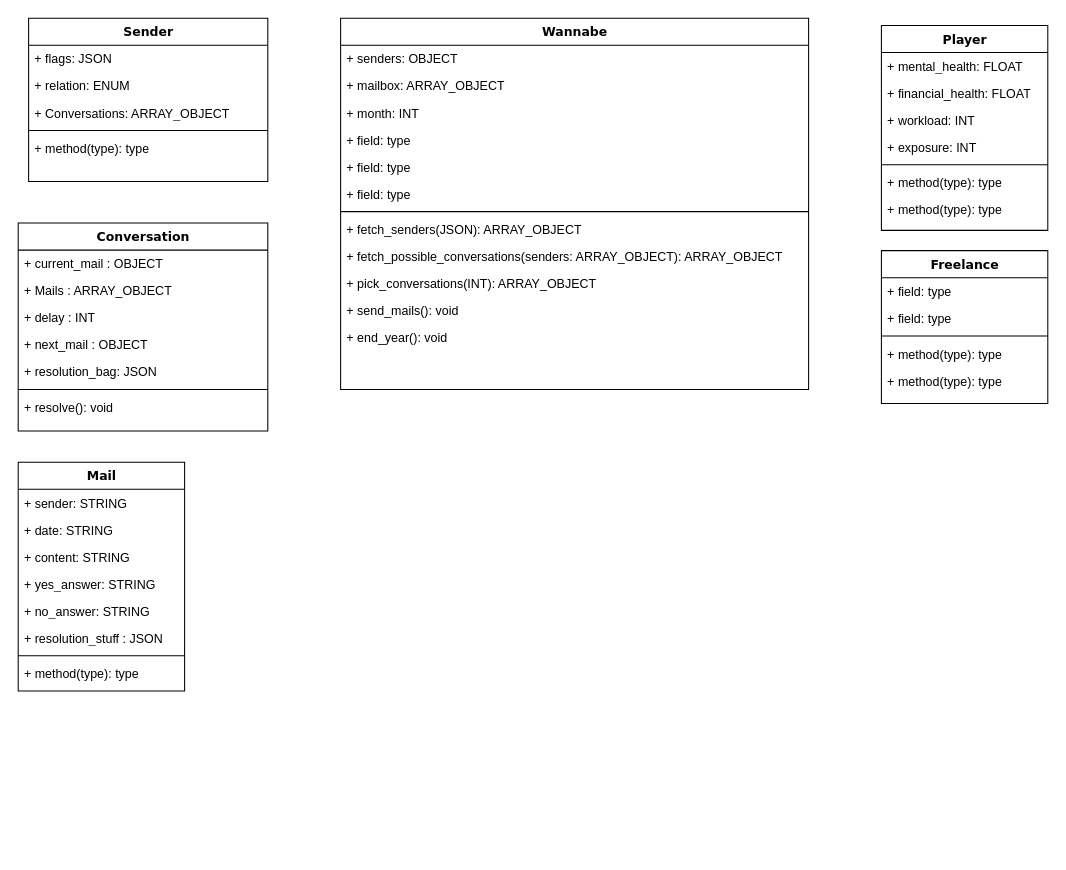
This is YesMan/Diagramme sans nom.drawio from Daydreel/YesHuman, a draw.io file, before an edit. Source tidied: cells renumbered, new cells numbered last; positions are measured from the earlier drawing's top-left corner, leaving out a move shared by most shapes. Both pictures are drawn from the tidied source at 104%, with x=0, y=0 at pixel (18, 18).
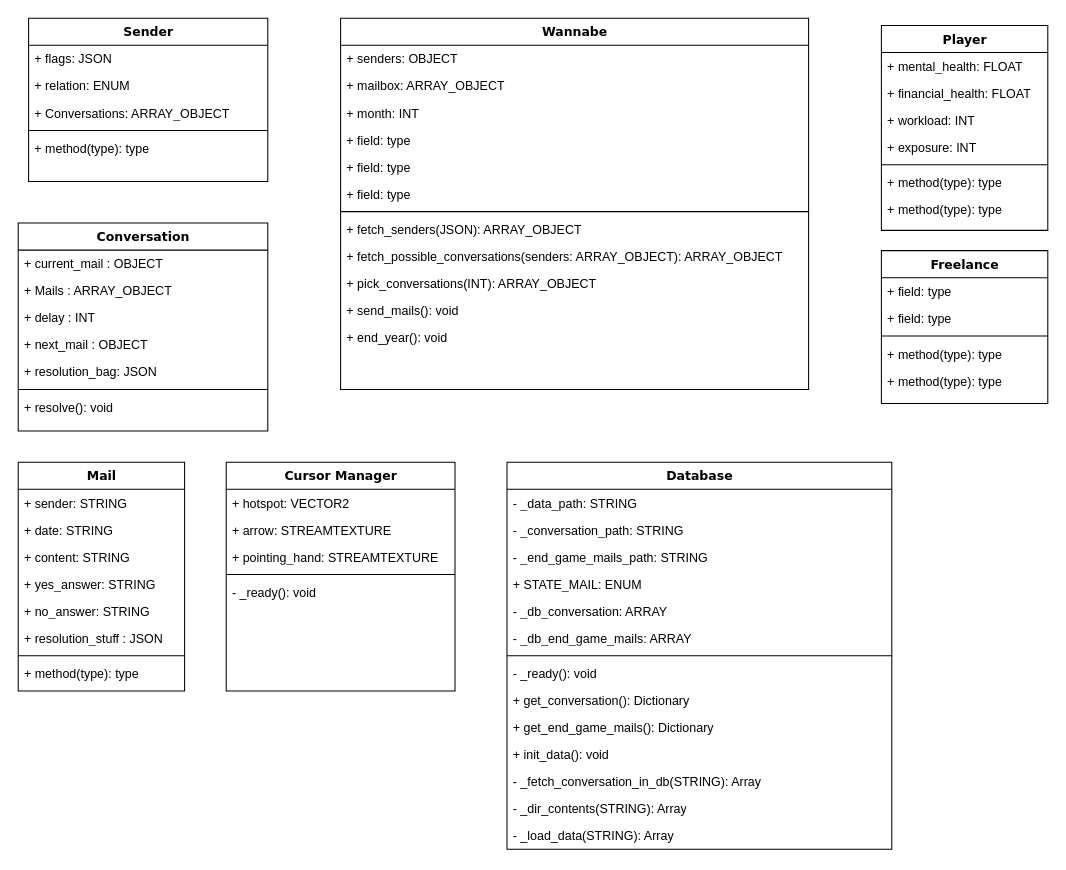
After the change.

Commit message:
Database class in UML

What changed in the source:
```diff
@@
+    <mxCell id="52" value="Cursor Manager" style="swimlane;html=1;fontStyle=1;align=center;verticalAlign=top;horizontal=1;startSize=26;swimlaneFillColor=#ffffff;rounded=0;shadow=0;comic=0;labelBackgroundColor=none;strokeWidth=1;fillColor=none;fontFamily=Verdana;fontSize=12;" parent="1" vertex="1">
+      <mxGeometry x="200" y="427" width="220" height="220" as="geometry" />
+    </mxCell>
+    <mxCell id="53" value="+ hotspot: VECTOR2" style="text;html=1;strokeColor=none;fillColor=none;align=left;verticalAlign=top;spacingLeft=4;spacingRight=4;whiteSpace=wrap;overflow=hidden;" parent="52" vertex="1">
+      <mxGeometry y="26" width="220" height="26" as="geometry" />
+    </mxCell>
+    <mxCell id="54" value="+ arrow: STREAMTEXTURE" style="text;html=1;strokeColor=none;fillColor=none;align=left;verticalAlign=top;spacingLeft=4;spacingRight=4;whiteSpace=wrap;overflow=hidden;" parent="52" vertex="1">
+      <mxGeometry y="52" width="220" height="26" as="geometry" />
+    </mxCell>
+    <mxCell id="55" value="+ pointing_hand: STREAMTEXTURE" style="text;html=1;strokeColor=none;fillColor=none;align=left;verticalAlign=top;spacingLeft=4;spacingRight=4;whiteSpace=wrap;overflow=hidden;" parent="52" vertex="1">
+      <mxGeometry y="78" width="220" height="26" as="geometry" />
+    </mxCell>
+    <mxCell id="56" style="line;html=1;strokeWidth=1;fillColor=none;align=left;verticalAlign=middle;spacingTop=-1;spacingLeft=3;spacingRight=3;labelPosition=right;" parent="52" vertex="1">
+      <mxGeometry y="104" width="220" height="8" as="geometry" />
+    </mxCell>
+    <mxCell id="57" value="- _ready(): void" style="text;html=1;strokeColor=none;fillColor=none;align=left;verticalAlign=top;spacingLeft=4;spacingRight=4;whiteSpace=wrap;overflow=hidden;" parent="52" vertex="1">
+      <mxGeometry y="112" width="220" height="26" as="geometry" />
+    </mxCell>
+    <mxCell id="58" value="Database" style="swimlane;html=1;fontStyle=1;align=center;verticalAlign=top;horizontal=1;startSize=26;swimlaneFillColor=#ffffff;rounded=0;shadow=0;comic=0;labelBackgroundColor=none;strokeWidth=1;fillColor=none;fontFamily=Verdana;fontSize=12;" parent="1" vertex="1">
+      <mxGeometry x="470" y="427" width="370" height="372" as="geometry" />
+    </mxCell>
+    <mxCell id="59" value="- _data_path: STRING" style="text;html=1;strokeColor=none;fillColor=none;align=left;verticalAlign=top;spacingLeft=4;spacingRight=4;whiteSpace=wrap;overflow=hidden;" parent="58" vertex="1">
+      <mxGeometry y="26" width="370" height="26" as="geometry" />
+    </mxCell>
+    <mxCell id="60" value="&lt;div&gt;- _conversation_path: STRING&lt;/div&gt;" style="text;html=1;strokeColor=none;fillColor=none;align=left;verticalAlign=top;spacingLeft=4;spacingRight=4;whiteSpace=wrap;overflow=hidden;" parent="58" vertex="1">
+      <mxGeometry y="52" width="370" height="26" as="geometry" />
+    </mxCell>
+    <mxCell id="61" value="- _end_game_mails_path: STRING" style="text;html=1;strokeColor=none;fillColor=none;align=left;verticalAlign=top;spacingLeft=4;spacingRight=4;whiteSpace=wrap;overflow=hidden;" parent="58" vertex="1">
+      <mxGeometry y="78" width="370" height="26" as="geometry" />
+    </mxCell>
+    <mxCell id="62" value="+ STATE_MAIL: ENUM" style="text;html=1;strokeColor=none;fillColor=none;align=left;verticalAlign=top;spacingLeft=4;spacingRight=4;whiteSpace=wrap;overflow=hidden;" parent="58" vertex="1">
+      <mxGeometry y="104" width="370" height="26" as="geometry" />
+    </mxCell>
+    <mxCell id="63" value="- _db_conversation: ARRAY" style="text;html=1;strokeColor=none;fillColor=none;align=left;verticalAlign=top;spacingLeft=4;spacingRight=4;whiteSpace=wrap;overflow=hidden;" parent="58" vertex="1">
+      <mxGeometry y="130" width="370" height="26" as="geometry" />
+    </mxCell>
+    <mxCell id="64" value="- _db_end_game_mails: ARRAY" style="text;html=1;strokeColor=none;fillColor=none;align=left;verticalAlign=top;spacingLeft=4;spacingRight=4;whiteSpace=wrap;overflow=hidden;" parent="58" vertex="1">
+      <mxGeometry y="156" width="370" height="26" as="geometry" />
+    </mxCell>
+    <mxCell id="65" style="line;html=1;strokeWidth=1;fillColor=none;align=left;verticalAlign=middle;spacingTop=-1;spacingLeft=3;spacingRight=3;labelPosition=right;" parent="58" vertex="1">
+      <mxGeometry y="182" width="370" height="8" as="geometry" />
+    </mxCell>
+    <mxCell id="66" value="- _ready(): void" style="text;html=1;strokeColor=none;fillColor=none;align=left;verticalAlign=top;spacingLeft=4;spacingRight=4;whiteSpace=wrap;overflow=hidden;" parent="58" vertex="1">
+      <mxGeometry y="190" width="370" height="26" as="geometry" />
+    </mxCell>
+    <mxCell id="67" value="+ get_conversation(): Dictionary" style="text;html=1;strokeColor=none;fillColor=none;align=left;verticalAlign=top;spacingLeft=4;spacingRight=4;whiteSpace=wrap;overflow=hidden;" parent="58" vertex="1">
+      <mxGeometry y="216" width="370" height="26" as="geometry" />
+    </mxCell>
+    <mxCell id="68" value="+ get_end_game_mails(): Dictionary" style="text;html=1;strokeColor=none;fillColor=none;align=left;verticalAlign=top;spacingLeft=4;spacingRight=4;whiteSpace=wrap;overflow=hidden;" parent="58" vertex="1">
+      <mxGeometry y="242" width="370" height="26" as="geometry" />
+    </mxCell>
+    <mxCell id="69" value="+ init_data(): void" style="text;html=1;strokeColor=none;fillColor=none;align=left;verticalAlign=top;spacingLeft=4;spacingRight=4;whiteSpace=wrap;overflow=hidden;" parent="58" vertex="1">
+      <mxGeometry y="268" width="370" height="26" as="geometry" />
+    </mxCell>
+    <mxCell id="70" value="- _fetch_conversation_in_db(STRING): Array" style="text;html=1;strokeColor=none;fillColor=none;align=left;verticalAlign=top;spacingLeft=4;spacingRight=4;whiteSpace=wrap;overflow=hidden;" parent="58" vertex="1">
+      <mxGeometry y="294" width="370" height="26" as="geometry" />
+    </mxCell>
+    <mxCell id="71" value="- _dir_contents(STRING): Array" style="text;html=1;strokeColor=none;fillColor=none;align=left;verticalAlign=top;spacingLeft=4;spacingRight=4;whiteSpace=wrap;overflow=hidden;" parent="58" vertex="1">
+      <mxGeometry y="320" width="370" height="26" as="geometry" />
+    </mxCell>
+    <mxCell id="72" value="- _load_data(STRING): Array" style="text;html=1;strokeColor=none;fillColor=none;align=left;verticalAlign=top;spacingLeft=4;spacingRight=4;whiteSpace=wrap;overflow=hidden;" parent="58" vertex="1">
+      <mxGeometry y="346" width="370" height="26" as="geometry" />
+    </mxCell>
```
